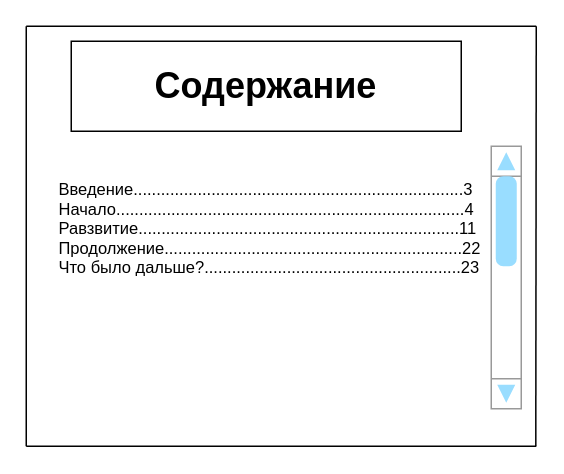
Before: page "Страница 4" (4 of 5) of source/mainPage.drawio in slavableat/TRITPO_LAB2, a draw.io diagram. Source tidied: cells renumbered, new cells numbered last; positions are measured from the earlier drawing's top-left corner, leaving out a move shared by most shapes. Both pictures are drawn from the tidied source at 150%, with x=0, y=0 at pixel (26, 26).
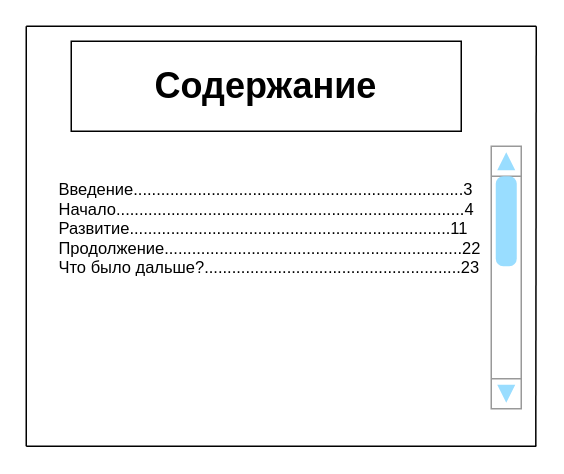
The same diagram, later.

The edit, as a diff of the source:
```diff
@@
 <mxGraphModel>
   <root>
     <mxCell id="0" />
     <mxCell id="1" parent="0" />
     <mxCell id="2" style="endArrow=none;html=1;rounded=0;" parent="1" edge="1">
       <mxGeometry relative="1" as="geometry">
         <mxPoint as="sourcePoint" />
         <mxPoint x="340" as="targetPoint" />
       </mxGeometry>
     </mxCell>
     <mxCell id="3" value="&lt;span style=&quot;font-size: 24px ; font-weight: 700&quot;&gt;Содержание&lt;/span&gt;" style="rounded=0;whiteSpace=wrap;html=1;" parent="1" vertex="1">
       <mxGeometry x="30" y="10" width="260" height="60" as="geometry" />
     </mxCell>
-    <mxCell id="4" value="Введение........................................................................3&lt;br&gt;Начало............................................................................4&lt;br&gt;Равзвитие......................................................................11&lt;br&gt;&lt;div&gt;&lt;span&gt;Продолжение.................................................................22&lt;/span&gt;&lt;/div&gt;Что было дальше?........................................................23" style="text;html=1;strokeColor=none;fillColor=none;align=left;verticalAlign=middle;whiteSpace=wrap;rounded=0;fontSize=11;" parent="1" vertex="1">
+    <mxCell id="4" value="Введение........................................................................3&lt;br&gt;Начало............................................................................4&lt;br&gt;Развитие......................................................................11&lt;br&gt;&lt;div&gt;&lt;span&gt;Продолжение.................................................................22&lt;/span&gt;&lt;/div&gt;Что было дальше?........................................................23" style="text;html=1;strokeColor=none;fillColor=none;align=left;verticalAlign=middle;whiteSpace=wrap;rounded=0;fontSize=11;" parent="1" vertex="1">
       <mxGeometry x="20" y="90" width="290" height="90" as="geometry" />
     </mxCell>
     <mxCell id="5" style="verticalLabelPosition=bottom;shadow=0;dashed=0;align=center;html=1;verticalAlign=top;strokeWidth=1;shape=mxgraph.mockup.navigation.scrollBar;strokeColor=#999999;barPos=100;fillColor2=#99ddff;strokeColor2=none;direction=north;" parent="1" vertex="1">
       <mxGeometry x="310" y="80" width="20" height="175" as="geometry" />
     </mxCell>
     <mxCell id="6" style="endArrow=none;html=1;fontSize=11;" parent="1" edge="1">
       <mxGeometry relative="1" as="geometry">
         <mxPoint y="280" as="sourcePoint" />
         <mxPoint as="targetPoint" />
       </mxGeometry>
     </mxCell>
     <mxCell id="7" style="endArrow=none;html=1;fontSize=11;" parent="1" edge="1">
       <mxGeometry relative="1" as="geometry">
         <mxPoint x="339.7" y="280" as="sourcePoint" />
         <mxPoint x="340" as="targetPoint" />
       </mxGeometry>
     </mxCell>
     <mxCell id="8" style="endArrow=none;html=1;rounded=0;" parent="1" edge="1">
       <mxGeometry relative="1" as="geometry">
         <mxPoint y="280" as="sourcePoint" />
         <mxPoint x="340" y="280" as="targetPoint" />
       </mxGeometry>
     </mxCell>
   </root>
 </mxGraphModel>
```
